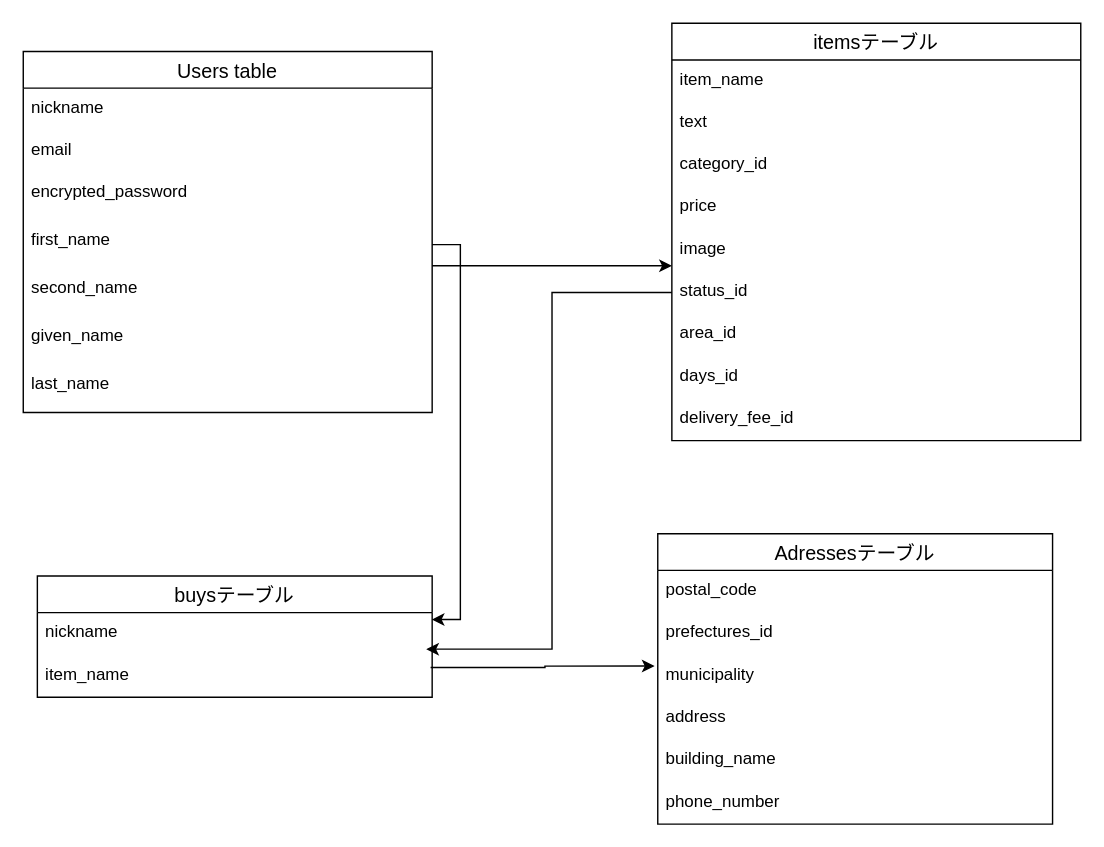
Before: furima-34571.dio in toi0214/furima-34571, a draw.io diagram. Source tidied: cells renumbered, new cells numbered last; positions are measured from the earlier drawing's top-left corner, leaving out a move shared by most shapes. Both pictures are drawn from the tidied source at 141%, with x=0, y=0 at pixel (23, 23).
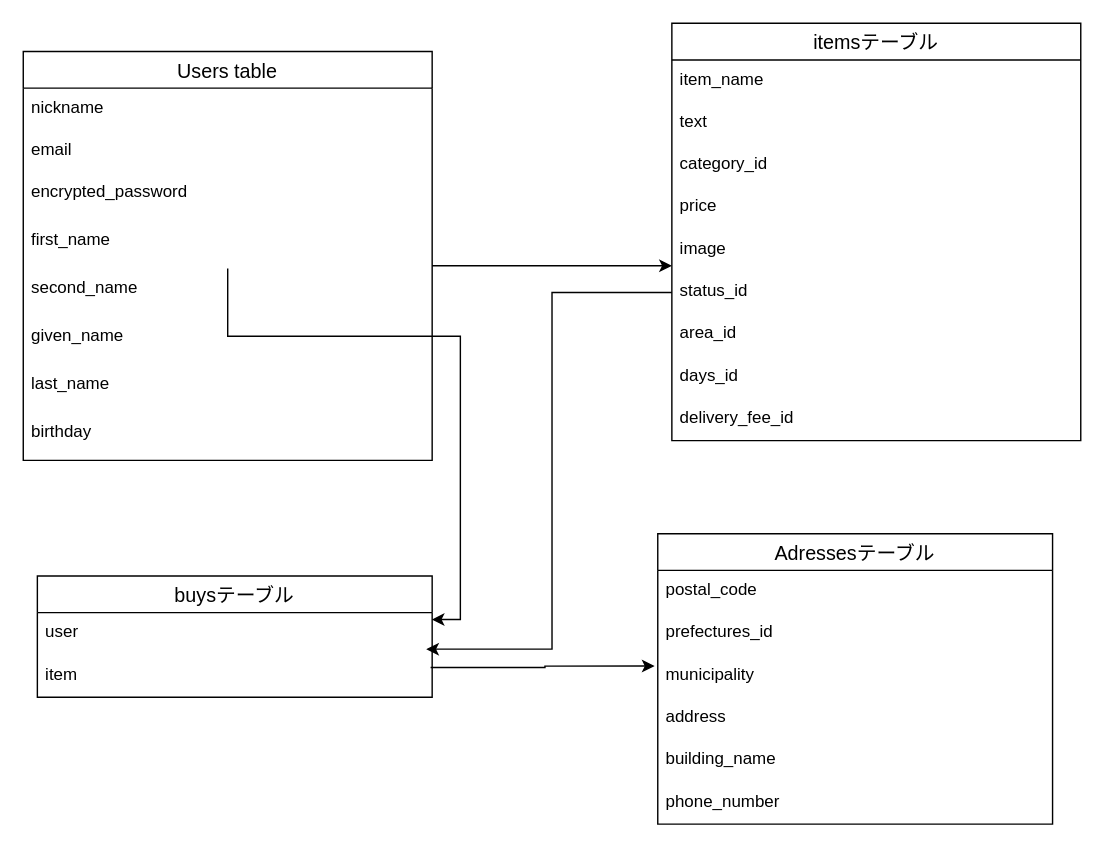
The same page after the edit.

Unchanged cells that the change refers to:
```xml
<mxCell id="6" value="first_name" style="text;strokeColor=none;fillColor=none;spacingLeft=4;spacingRight=4;overflow=hidden;points=[[0,0.5],[1,0.5]];portConstraint=eastwest;fontSize=12;" parent="2" vertex="1">
  <mxGeometry y="120" width="290" height="34" as="geometry" />
</mxCell>
<mxCell id="21" value="buysテーブル" style="swimlane;fontStyle=0;horizontal=1;startSize=26;align=center;fontSize=14;" parent="1" vertex="1">
  <mxGeometry x="10" y="392" width="280" height="86" as="geometry" />
</mxCell>
```

Diff of the diagram source:
```diff
@@
     <mxCell id="2" value="Users table" style="swimlane;fontStyle=0;horizontal=1;startSize=26;align=center;fontSize=14;" parent="1" vertex="1">
-      <mxGeometry y="20" width="290" height="256" as="geometry" />
+      <mxGeometry y="20" width="290" height="290" as="geometry" />
     </mxCell>
@@
+    <mxCell id="34" value="birthday" style="text;strokeColor=none;fillColor=none;spacingLeft=4;spacingRight=4;overflow=hidden;fontSize=12;" parent="2" vertex="1">
+      <mxGeometry y="256" width="290" height="34" as="geometry" />
+    </mxCell>
@@
-    <mxCell id="22" value="nickname" style="text;strokeColor=none;fillColor=none;spacingLeft=4;spacingRight=4;overflow=hidden;points=[[0,0.5],[1,0.5]];portConstraint=eastwest;fontSize=12;" parent="21" vertex="1">
+    <mxCell id="22" value="user" style="text;strokeColor=none;fillColor=none;spacingLeft=4;spacingRight=4;overflow=hidden;points=[[0,0.5],[1,0.5]];portConstraint=eastwest;fontSize=12;" parent="21" vertex="1">
       <mxGeometry y="26" width="280" height="30" as="geometry" />
     </mxCell>
-    <mxCell id="23" value="item_name" style="text;strokeColor=none;fillColor=none;spacingLeft=4;spacingRight=4;overflow=hidden;points=[[0,0.5],[1,0.5]];portConstraint=eastwest;fontSize=12;" parent="21" vertex="1">
+    <mxCell id="23" value="item" style="text;strokeColor=none;fillColor=none;spacingLeft=4;spacingRight=4;overflow=hidden;points=[[0,0.5],[1,0.5]];portConstraint=eastwest;fontSize=12;" parent="21" vertex="1">
       <mxGeometry y="56" width="280" height="30" as="geometry" />
     </mxCell>
@@
     <mxCell id="33" style="edgeStyle=orthogonalEdgeStyle;rounded=0;jettySize=auto;html=1;entryX=0.999;entryY=0.163;entryDx=0;entryDy=0;entryPerimeter=0;" parent="1" edge="1" source="6" target="22">
-      <mxGeometry relative="1" as="geometry" />
+      <mxGeometry relative="1" as="geometry">
+        <Array as="points">
+          <mxPoint x="145" y="222" />
+          <mxPoint x="310" y="222" />
+          <mxPoint x="310" y="423" />
+        </Array>
+      </mxGeometry>
     </mxCell>
```
